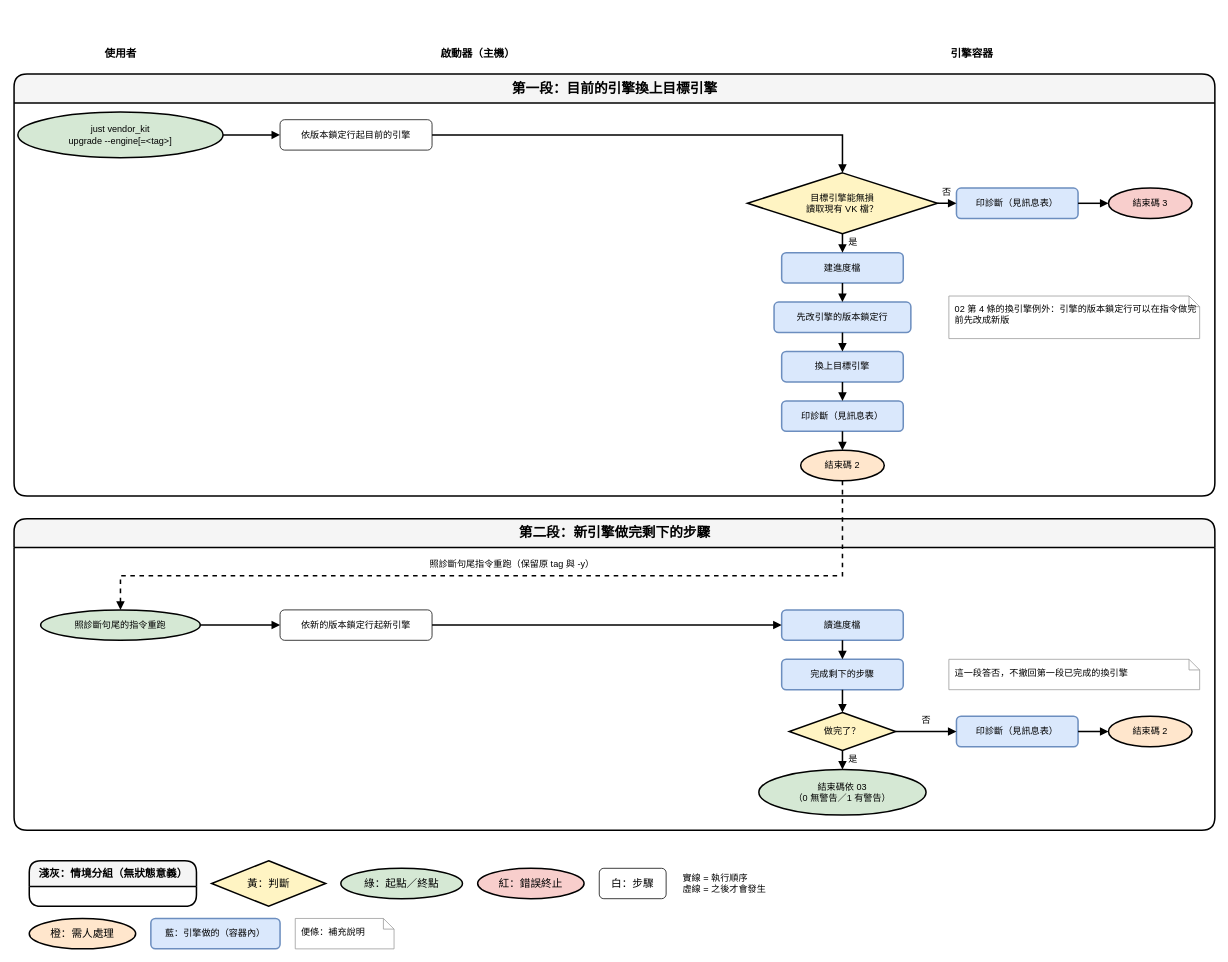
The draw.io diagram page "升引擎兩段式" (7 of 9) of doc/diagram/flow.drawio in ycpss91255-research/vendor_kit, before the edit. Source tidied: cells renumbered, new cells numbered last; positions are measured from the earlier drawing's top-left corner, leaving out a move shared by most shapes. Both pictures are drawn from the tidied source at 76%, with x=0, y=0 at pixel (14, 42).
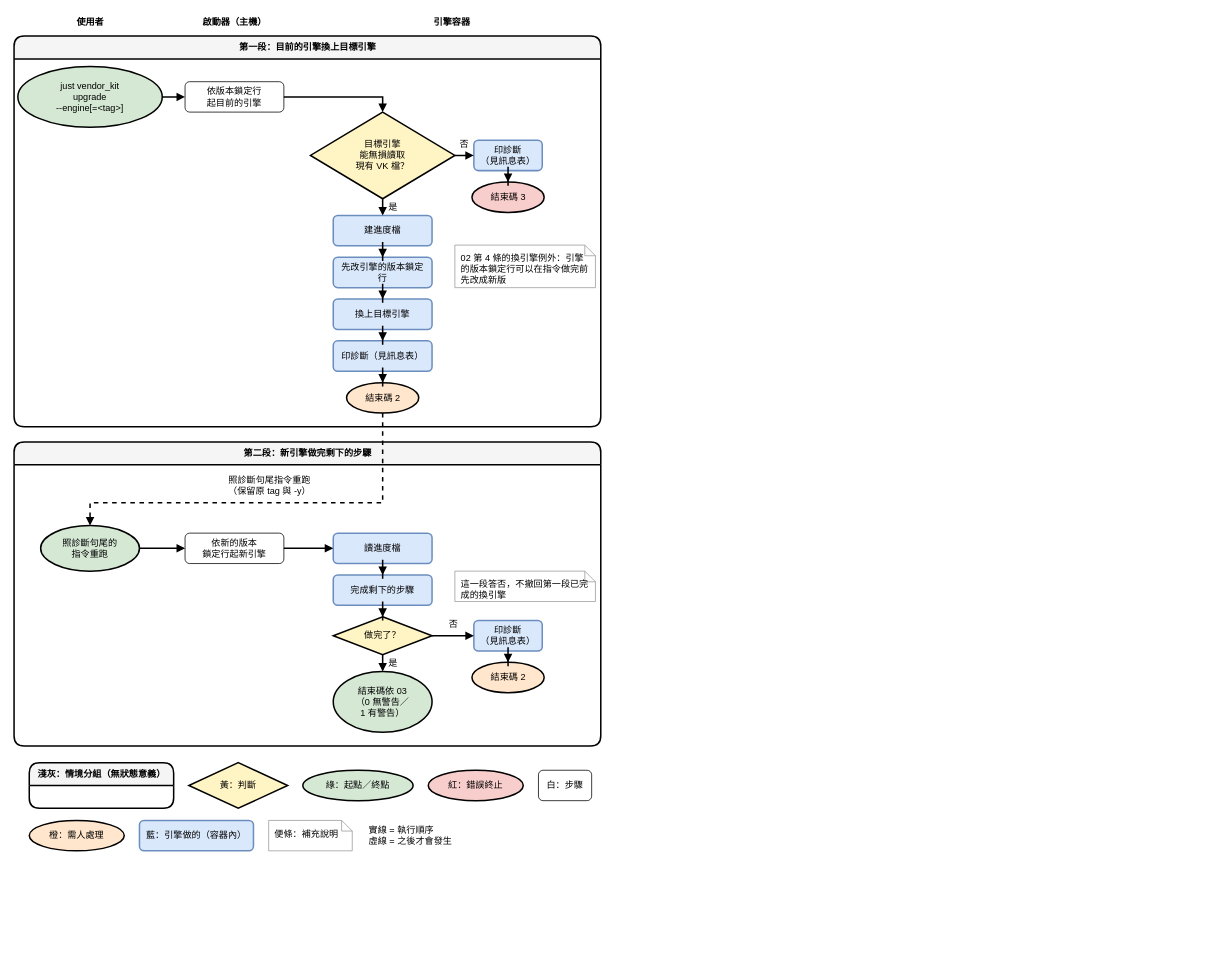
After the change.

What changed in the source:
```diff
@@
-    <mxCell id="2" value="使用者" style="text;html=1;fontSize=14;fontStyle=1;align=center;verticalAlign=middle;" parent="1" vertex="1">
-      <mxGeometry width="280" height="30" as="geometry" />
+    <mxCell id="2" value="使用者" style="text;html=1;fontSize=12;fontStyle=1;align=center;verticalAlign=middle;" parent="1" vertex="1">
+      <mxGeometry y="-38" width="200" height="24" as="geometry" />
     </mxCell>
-    <mxCell id="3" value="啟動器（主機）" style="text;html=1;fontSize=14;fontStyle=1;align=center;verticalAlign=middle;" parent="1" vertex="1">
-      <mxGeometry x="300" width="620" height="30" as="geometry" />
+    <mxCell id="3" value="啟動器（主機）" style="text;html=1;fontSize=12;fontStyle=1;align=center;verticalAlign=middle;" parent="1" vertex="1">
+      <mxGeometry x="200" y="-38" width="180" height="24" as="geometry" />
     </mxCell>
-    <mxCell id="4" value="引擎容器" style="text;html=1;fontSize=14;fontStyle=1;align=center;verticalAlign=middle;" parent="1" vertex="1">
-      <mxGeometry x="940" width="640" height="30" as="geometry" />
+    <mxCell id="4" value="引擎容器" style="text;html=1;fontSize=12;fontStyle=1;align=center;verticalAlign=middle;" parent="1" vertex="1">
+      <mxGeometry x="380" y="-38" width="392" height="24" as="geometry" />
     </mxCell>
-    <mxCell id="5" value="第一段：目前的引擎換上目標引擎" style="swimlane;html=1;rounded=1;startSize=38;fontStyle=1;fontSize=18;fillColor=#f5f5f5;swimlaneFillColor=#ffffff;strokeColor=#000000;strokeWidth=2;" parent="1" vertex="1">
-      <mxGeometry y="42" width="1580" height="555" as="geometry" />
+    <mxCell id="5" value="第一段：目前的引擎換上目標引擎" style="swimlane;html=1;rounded=1;startSize=30;fontStyle=1;fontSize=12;fillColor=#f5f5f5;swimlaneFillColor=#ffffff;strokeColor=#000000;strokeWidth=2;" parent="1" vertex="1">
+      <mxGeometry y="-8" width="772" height="514" as="geometry" />
     </mxCell>
-    <mxCell id="6" value="just vendor_kit&lt;br&gt;upgrade --engine[=&amp;lt;tag&amp;gt;]" style="ellipse;whiteSpace=wrap;html=1;fillColor=#d5e8d4;strokeColor=#000000;strokeWidth=2;fontSize=12;spacingLeft=39;spacingRight=39;spacingTop=9;spacingBottom=9;" parent="5" vertex="1">
-      <mxGeometry x="5" y="50" width="270" height="60" as="geometry" />
+    <mxCell id="6" value="just vendor_kit&lt;br&gt;upgrade&lt;br&gt;--engine[=&amp;lt;tag&amp;gt;]" style="ellipse;whiteSpace=wrap;html=1;fillColor=#d5e8d4;strokeColor=#000000;strokeWidth=2;fontSize=12;spacingLeft=28;spacingRight=28;spacingTop=12;spacingBottom=12;" parent="5" vertex="1">
+      <mxGeometry x="5" y="40" width="190" height="80" as="geometry" />
     </mxCell>
-    <mxCell id="7" value="依版本鎖定行起目前的引擎" style="rounded=1;whiteSpace=wrap;html=1;fillColor=#ffffff;strokeColor=light-dark(#000000,#9577A3);fontSize=12;strokeWidth=1;spacingLeft=6;spacingRight=6;" parent="5" vertex="1">
-      <mxGeometry x="350" y="60" width="200" height="40" as="geometry" />
+    <mxCell id="7" value="依版本鎖定行&lt;br&gt;起目前的引擎" style="rounded=1;whiteSpace=wrap;html=1;fillColor=#ffffff;strokeColor=light-dark(#000000,#9577A3);fontSize=12;strokeWidth=1;spacingLeft=6;spacingRight=6;" parent="5" vertex="1">
+      <mxGeometry x="225" y="60" width="130" height="40" as="geometry" />
     </mxCell>
-    <mxCell id="8" value="目標引擎能無損&lt;br&gt;讀取現有 VK 檔？" style="rhombus;whiteSpace=wrap;html=1;fillColor=#FFF4C3;strokeColor=#000000;strokeWidth=2;fontSize=12;spacingLeft=62;spacingRight=62;spacingTop=20;spacingBottom=20;" parent="5" vertex="1">
-      <mxGeometry x="965" y="130" width="250" height="80" as="geometry" />
+    <mxCell id="8" value="目標引擎&lt;br&gt;能無損讀取&lt;br&gt;現有 VK 檔？" style="rhombus;whiteSpace=wrap;html=1;fillColor=#FFF4C3;strokeColor=#000000;strokeWidth=2;fontSize=12;spacingLeft=48;spacingRight=48;spacingTop=28;spacingBottom=28;" parent="5" vertex="1">
+      <mxGeometry x="390" y="100" width="190" height="114" as="geometry" />
     </mxCell>
-    <mxCell id="9" value="印診斷（見訊息表）" style="rounded=1;whiteSpace=wrap;html=1;fillColor=#dae8fc;strokeColor=#6c8ebf;fontSize=12;strokeWidth=2;spacingLeft=6;spacingRight=6;" parent="5" vertex="1">
-      <mxGeometry x="1240" y="150" width="160" height="40" as="geometry" />
+    <mxCell id="9" value="印診斷&lt;br&gt;（見訊息表）" style="rounded=1;whiteSpace=wrap;html=1;fillColor=#dae8fc;strokeColor=#6c8ebf;fontSize=12;strokeWidth=2;spacingLeft=6;spacingRight=6;" parent="5" vertex="1">
+      <mxGeometry x="605" y="137" width="90" height="40" as="geometry" />
     </mxCell>
-    <mxCell id="10" value="結束碼 3" style="ellipse;whiteSpace=wrap;html=1;fillColor=#f8cecc;strokeColor=#000000;strokeWidth=2;fontSize=12;spacingLeft=16;spacingRight=16;spacingTop=6;spacingBottom=6;" parent="5" vertex="1">
-      <mxGeometry x="1440" y="150" width="110" height="40" as="geometry" />
+    <mxCell id="10" value="結束碼 3" style="ellipse;whiteSpace=wrap;html=1;fillColor=#f8cecc;strokeColor=#000000;strokeWidth=2;fontSize=12;spacingLeft=14;spacingRight=14;spacingTop=6;spacingBottom=6;" parent="5" vertex="1">
+      <mxGeometry x="602.5" y="192" width="95" height="40" as="geometry" />
     </mxCell>
     <mxCell id="11" value="建進度檔" style="rounded=1;whiteSpace=wrap;html=1;fillColor=#dae8fc;strokeColor=#6c8ebf;fontSize=12;strokeWidth=2;spacingLeft=6;spacingRight=6;" parent="5" vertex="1">
-      <mxGeometry x="1010" y="235" width="160" height="40" as="geometry" />
+      <mxGeometry x="420" y="236" width="130" height="40" as="geometry" />
     </mxCell>
     <mxCell id="12" value="先改引擎的版本鎖定行" style="rounded=1;whiteSpace=wrap;html=1;fillColor=#dae8fc;strokeColor=#6c8ebf;fontSize=12;strokeWidth=2;spacingLeft=6;spacingRight=6;" parent="5" vertex="1">
-      <mxGeometry x="1000" y="300" width="180" height="40" as="geometry" />
+      <mxGeometry x="420" y="291" width="130" height="40" as="geometry" />
     </mxCell>
-    <mxCell id="13" value="02 第 4 條的換引擎例外：引擎的版本鎖定行可以在指令做完前先改成新版" style="shape=note;whiteSpace=wrap;html=1;size=14;fillColor=#ffffff;strokeColor=#999999;align=left;verticalAlign=top;spacingLeft=6;spacingTop=4;fontSize=12;" parent="5" vertex="1">
-      <mxGeometry x="1230" y="292" width="330" height="56" as="geometry" />
+    <mxCell id="13" value="02 第 4 條的換引擎例外：引擎的版本鎖定行可以在指令做完前先改成新版" style="shape=note;whiteSpace=wrap;html=1;size=14;fillColor=#ffffff;strokeColor=#999999;align=left;verticalAlign=top;spacingLeft=6;spacingTop=4;fontSize=12;spacingRight=6;" parent="5" vertex="1">
+      <mxGeometry x="580" y="275" width="185" height="56" as="geometry" />
     </mxCell>
     <mxCell id="14" value="換上目標引擎" style="rounded=1;whiteSpace=wrap;html=1;fillColor=#dae8fc;strokeColor=#6c8ebf;fontSize=12;strokeWidth=2;spacingLeft=6;spacingRight=6;" parent="5" vertex="1">
-      <mxGeometry x="1010" y="365" width="160" height="40" as="geometry" />
+      <mxGeometry x="420" y="346" width="130" height="40" as="geometry" />
     </mxCell>
     <mxCell id="15" value="印診斷（見訊息表）" style="rounded=1;whiteSpace=wrap;html=1;fillColor=#dae8fc;strokeColor=#6c8ebf;fontSize=12;strokeWidth=2;spacingLeft=6;spacingRight=6;" parent="5" vertex="1">
-      <mxGeometry x="1010" y="430" width="160" height="40" as="geometry" />
+      <mxGeometry x="420" y="401" width="130" height="40" as="geometry" />
     </mxCell>
-    <mxCell id="16" value="結束碼 2" style="ellipse;whiteSpace=wrap;html=1;fillColor=#ffe6cc;strokeColor=#000000;strokeWidth=2;fontSize=12;spacingLeft=16;spacingRight=16;spacingTop=6;spacingBottom=6;" parent="5" vertex="1">
-      <mxGeometry x="1035" y="495" width="110" height="40" as="geometry" />
+    <mxCell id="16" value="結束碼 2" style="ellipse;whiteSpace=wrap;html=1;fillColor=#ffe6cc;strokeColor=#000000;strokeWidth=2;fontSize=12;spacingLeft=14;spacingRight=14;spacingTop=6;spacingBottom=6;" parent="5" vertex="1">
+      <mxGeometry x="437.5" y="456" width="95" height="40" as="geometry" />
     </mxCell>
-    <mxCell id="17" value="第二段：新引擎做完剩下的步驟" style="swimlane;html=1;rounded=1;startSize=38;fontStyle=1;fontSize=18;fillColor=#f5f5f5;swimlaneFillColor=#ffffff;strokeColor=#000000;strokeWidth=2;" parent="1" vertex="1">
-      <mxGeometry y="627" width="1580" height="410" as="geometry" />
+    <mxCell id="17" value="第二段：新引擎做完剩下的步驟" style="swimlane;html=1;rounded=1;startSize=30;fontStyle=1;fontSize=12;fillColor=#f5f5f5;swimlaneFillColor=#ffffff;strokeColor=#000000;strokeWidth=2;" parent="1" vertex="1">
+      <mxGeometry y="526" width="772" height="400" as="geometry" />
     </mxCell>
-    <mxCell id="18" value="照診斷句尾的指令重跑" style="ellipse;whiteSpace=wrap;html=1;fillColor=#d5e8d4;strokeColor=#000000;strokeWidth=2;fontSize=12;spacingLeft=31;spacingRight=31;spacingTop=6;spacingBottom=6;" parent="17" vertex="1">
-      <mxGeometry x="35" y="120" width="210" height="40" as="geometry" />
+    <mxCell id="18" value="照診斷句尾的&lt;br&gt;指令重跑" style="ellipse;whiteSpace=wrap;html=1;fillColor=#d5e8d4;strokeColor=#000000;strokeWidth=2;fontSize=12;spacingLeft=19;spacingRight=19;spacingTop=9;spacingBottom=9;" parent="17" vertex="1">
+      <mxGeometry x="35" y="110" width="130" height="60" as="geometry" />
     </mxCell>
-    <mxCell id="19" value="依新的版本鎖定行起新引擎" style="rounded=1;whiteSpace=wrap;html=1;fillColor=#ffffff;strokeColor=light-dark(#000000,#9577A3);fontSize=12;strokeWidth=1;spacingLeft=6;spacingRight=6;" parent="17" vertex="1">
-      <mxGeometry x="350" y="120" width="200" height="40" as="geometry" />
+    <mxCell id="19" value="依新的版本&lt;br&gt;鎖定行起新引擎" style="rounded=1;whiteSpace=wrap;html=1;fillColor=#ffffff;strokeColor=light-dark(#000000,#9577A3);fontSize=12;strokeWidth=1;spacingLeft=6;spacingRight=6;" parent="17" vertex="1">
+      <mxGeometry x="225" y="120" width="130" height="40" as="geometry" />
     </mxCell>
     <mxCell id="20" value="讀進度檔" style="rounded=1;whiteSpace=wrap;html=1;fillColor=#dae8fc;strokeColor=#6c8ebf;fontSize=12;strokeWidth=2;spacingLeft=6;spacingRight=6;" parent="17" vertex="1">
-      <mxGeometry x="1010" y="120" width="160" height="40" as="geometry" />
+      <mxGeometry x="420" y="120" width="130" height="40" as="geometry" />
     </mxCell>
     <mxCell id="21" value="完成剩下的步驟" style="rounded=1;whiteSpace=wrap;html=1;fillColor=#dae8fc;strokeColor=#6c8ebf;fontSize=12;strokeWidth=2;spacingLeft=6;spacingRight=6;" parent="17" vertex="1">
-      <mxGeometry x="1010" y="185" width="160" height="40" as="geometry" />
+      <mxGeometry x="420" y="175" width="130" height="40" as="geometry" />
     </mxCell>
-    <mxCell id="22" value="這一段答否，不撤回第一段已完成的換引擎" style="shape=note;whiteSpace=wrap;html=1;size=14;fillColor=#ffffff;strokeColor=#999999;align=left;verticalAlign=top;spacingLeft=6;spacingTop=4;fontSize=12;" parent="17" vertex="1">
-      <mxGeometry x="1230" y="185" width="330" height="40" as="geometry" />
+    <mxCell id="22" value="這一段答否，不撤回第一段已完成的換引擎" style="shape=note;whiteSpace=wrap;html=1;size=14;fillColor=#ffffff;strokeColor=#999999;align=left;verticalAlign=top;spacingLeft=6;spacingTop=4;fontSize=12;spacingRight=6;" parent="17" vertex="1">
+      <mxGeometry x="580" y="170" width="185" height="40" as="geometry" />
     </mxCell>
-    <mxCell id="23" value="做完了？" style="rhombus;whiteSpace=wrap;html=1;fillColor=#FFF4C3;strokeColor=#000000;strokeWidth=2;fontSize=12;spacingLeft=35;spacingRight=35;spacingTop=12;spacingBottom=12;" parent="17" vertex="1">
-      <mxGeometry x="1020" y="255" width="140" height="50" as="geometry" />
+    <mxCell id="23" value="做完了？" style="rhombus;whiteSpace=wrap;html=1;fillColor=#FFF4C3;strokeColor=#000000;strokeWidth=2;fontSize=12;spacingLeft=32;spacingRight=32;spacingTop=12;spacingBottom=12;" parent="17" vertex="1">
+      <mxGeometry x="420" y="230" width="130" height="50" as="geometry" />
     </mxCell>
-    <mxCell id="24" value="印診斷（見訊息表）" style="rounded=1;whiteSpace=wrap;html=1;fillColor=#dae8fc;strokeColor=#6c8ebf;fontSize=12;strokeWidth=2;spacingLeft=6;spacingRight=6;" parent="17" vertex="1">
-      <mxGeometry x="1240" y="260" width="160" height="40" as="geometry" />
+    <mxCell id="24" value="印診斷&lt;br&gt;（見訊息表）" style="rounded=1;whiteSpace=wrap;html=1;fillColor=#dae8fc;strokeColor=#6c8ebf;fontSize=12;strokeWidth=2;spacingLeft=6;spacingRight=6;" parent="17" vertex="1">
+      <mxGeometry x="605" y="235" width="90" height="40" as="geometry" />
     </mxCell>
-    <mxCell id="25" value="結束碼 2" style="ellipse;whiteSpace=wrap;html=1;fillColor=#ffe6cc;strokeColor=#000000;strokeWidth=2;fontSize=12;spacingLeft=16;spacingRight=16;spacingTop=6;spacingBottom=6;" parent="17" vertex="1">
-      <mxGeometry x="1440" y="260" width="110" height="40" as="geometry" />
+    <mxCell id="25" value="結束碼 2" style="ellipse;whiteSpace=wrap;html=1;fillColor=#ffe6cc;strokeColor=#000000;strokeWidth=2;fontSize=12;spacingLeft=14;spacingRight=14;spacingTop=6;spacingBottom=6;" parent="17" vertex="1">
+      <mxGeometry x="602.5" y="290" width="95" height="40" as="geometry" />
     </mxCell>
-    <mxCell id="26" value="結束碼依 03&lt;br&gt;（0 無警告／1 有警告）" style="ellipse;whiteSpace=wrap;html=1;fillColor=#d5e8d4;strokeColor=#000000;strokeWidth=2;fontSize=12;spacingLeft=32;spacingRight=32;spacingTop=9;spacingBottom=9;" parent="17" vertex="1">
-      <mxGeometry x="980" y="330" width="220" height="60" as="geometry" />
+    <mxCell id="26" value="結束碼依 03&lt;br&gt;（0 無警告／&lt;br&gt;1 有警告）" style="ellipse;whiteSpace=wrap;html=1;fillColor=#d5e8d4;strokeColor=#000000;strokeWidth=2;fontSize=12;spacingLeft=19;spacingRight=19;spacingTop=12;spacingBottom=12;" parent="17" vertex="1">
+      <mxGeometry x="420" y="302" width="130" height="80" as="geometry" />
     </mxCell>
@@
     <mxCell id="28" style="edgeStyle=orthogonalEdgeStyle;rounded=0;jettySize=auto;html=1;strokeColor=default;strokeWidth=2;align=center;verticalAlign=bottom;spacingBottom=6;fontFamily=Helvetica;fontSize=12;fontColor=default;labelBorderColor=none;labelBackgroundColor=none;endArrow=block;endFill=1;exitX=1;exitY=0.5;exitDx=0;exitDy=0;entryX=0.5;entryY=0;entryDx=0;entryDy=0;" parent="1" edge="1" source="7" target="8">
       <mxGeometry relative="1" as="geometry">
         <Array as="points">
-          <mxPoint x="1090" y="122" />
+          <mxPoint x="485" y="72" />
         </Array>
       </mxGeometry>
     </mxCell>
@@
-    <mxCell id="36" value="照診斷句尾指令重跑（保留原 tag 與 -y）" style="edgeStyle=orthogonalEdgeStyle;rounded=0;jettySize=auto;html=1;strokeColor=default;strokeWidth=2;align=center;verticalAlign=bottom;spacingBottom=6;fontFamily=Helvetica;fontSize=12;fontColor=default;labelBorderColor=none;labelBackgroundColor=none;endArrow=block;endFill=1;dashed=1;exitX=0.5;exitY=1;exitDx=0;exitDy=0;entryX=0.5;entryY=0;entryDx=0;entryDy=0;" parent="1" edge="1" source="16" target="18">
+    <mxCell id="36" value="照診斷句尾指令重跑&lt;br&gt;（保留原 tag 與 -y）" style="edgeStyle=orthogonalEdgeStyle;rounded=0;jettySize=auto;html=1;strokeColor=default;strokeWidth=2;align=center;verticalAlign=bottom;spacingBottom=6;fontFamily=Helvetica;fontSize=12;fontColor=default;labelBorderColor=none;labelBackgroundColor=none;endArrow=block;endFill=1;dashed=1;exitX=0.5;exitY=1;exitDx=0;exitDy=0;entryX=0.5;entryY=0;entryDx=0;entryDy=0;" parent="1" edge="1" source="16" target="18">
       <mxGeometry relative="1" as="geometry">
         <Array as="points">
-          <mxPoint x="1090" y="702" />
-          <mxPoint x="140" y="702" />
+          <mxPoint x="485" y="606" />
+          <mxPoint x="100" y="606" />
         </Array>
       </mxGeometry>
     </mxCell>
@@
-    <mxCell id="44" value="淺灰：情境分組（無狀態意義）" style="swimlane;html=1;rounded=1;startSize=34;fontStyle=1;fontSize=14;fillColor=#f5f5f5;swimlaneFillColor=#ffffff;strokeColor=#000000;strokeWidth=2;" parent="1" vertex="1">
-      <mxGeometry x="20" y="1077" width="220" height="60" as="geometry" />
+    <mxCell id="44" value="淺灰：情境分組（無狀態意義）" style="swimlane;html=1;rounded=1;startSize=30;fontStyle=1;fontSize=12;fillColor=#f5f5f5;swimlaneFillColor=#ffffff;strokeColor=#000000;strokeWidth=2;" parent="1" vertex="1">
+      <mxGeometry x="20" y="948" width="190" height="60" as="geometry" />
     </mxCell>
-    <mxCell id="45" value="黃：判斷" style="rhombus;whiteSpace=wrap;html=1;fillColor=#FFF4C3;strokeColor=#000000;strokeWidth=2;fontSize=14;spacingLeft=38;spacingRight=38;spacingTop=15;spacingBottom=15;" parent="1" vertex="1">
-      <mxGeometry x="260" y="1077" width="150" height="60" as="geometry" />
+    <mxCell id="45" value="黃：判斷" style="rhombus;whiteSpace=wrap;html=1;fillColor=#FFF4C3;strokeColor=#000000;strokeWidth=2;fontSize=12;spacingLeft=32;spacingRight=32;spacingTop=15;spacingBottom=15;" parent="1" vertex="1">
+      <mxGeometry x="230" y="948" width="130" height="60" as="geometry" />
     </mxCell>
-    <mxCell id="46" value="綠：起點／終點" style="ellipse;whiteSpace=wrap;html=1;fillColor=#d5e8d4;strokeColor=#000000;strokeWidth=2;fontSize=14;spacingLeft=23;spacingRight=23;spacingTop=6;spacingBottom=6;" parent="1" vertex="1">
-      <mxGeometry x="430" y="1087" width="160" height="40" as="geometry" />
+    <mxCell id="46" value="綠：起點／終點" style="ellipse;whiteSpace=wrap;html=1;fillColor=#d5e8d4;strokeColor=#000000;strokeWidth=2;fontSize=12;spacingLeft=21;spacingRight=21;spacingTop=6;spacingBottom=6;" parent="1" vertex="1">
+      <mxGeometry x="380" y="958" width="145" height="40" as="geometry" />
     </mxCell>
-    <mxCell id="47" value="紅：錯誤終止" style="ellipse;whiteSpace=wrap;html=1;fillColor=#f8cecc;strokeColor=#000000;strokeWidth=2;fontSize=14;spacingLeft=20;spacingRight=20;spacingTop=6;spacingBottom=6;" parent="1" vertex="1">
-      <mxGeometry x="610" y="1087" width="140" height="40" as="geometry" />
+    <mxCell id="47" value="紅：錯誤終止" style="ellipse;whiteSpace=wrap;html=1;fillColor=#f8cecc;strokeColor=#000000;strokeWidth=2;fontSize=12;spacingLeft=18;spacingRight=18;spacingTop=6;spacingBottom=6;" parent="1" vertex="1">
+      <mxGeometry x="545" y="958" width="125" height="40" as="geometry" />
     </mxCell>
-    <mxCell id="48" value="白：步驟" style="rounded=1;whiteSpace=wrap;html=1;fillColor=#ffffff;strokeColor=light-dark(#000000,#9577A3);fontSize=14;strokeWidth=1;" parent="1" vertex="1">
-      <mxGeometry x="770" y="1087" width="88" height="40" as="geometry" />
+    <mxCell id="48" value="白：步驟" style="rounded=1;whiteSpace=wrap;html=1;fillColor=#ffffff;strokeColor=light-dark(#000000,#9577A3);fontSize=12;strokeWidth=1;" parent="1" vertex="1">
+      <mxGeometry x="690" y="958" width="70" height="40" as="geometry" />
     </mxCell>
     <mxCell id="49" value="實線 = 執行順序&lt;br&gt;虛線 = 之後才會發生" style="text;html=1;whiteSpace=wrap;align=left;verticalAlign=middle;fontSize=12;strokeColor=none;fillColor=none;" parent="1" vertex="1">
-      <mxGeometry x="878" y="1077" width="300" height="60" as="geometry" />
+      <mxGeometry x="465" y="1014" width="170" height="60" as="geometry" />
     </mxCell>
-    <mxCell id="50" value="橙：需人處理" style="ellipse;whiteSpace=wrap;html=1;fillColor=#ffe6cc;strokeColor=#000000;strokeWidth=2;fontSize=14;spacingLeft=20;spacingRight=20;spacingTop=6;spacingBottom=6;" parent="1" vertex="1">
-      <mxGeometry x="20" y="1153" width="140" height="40" as="geometry" />
+    <mxCell id="50" value="橙：需人處理" style="ellipse;whiteSpace=wrap;html=1;fillColor=#ffe6cc;strokeColor=#000000;strokeWidth=2;fontSize=12;spacingLeft=18;spacingRight=18;spacingTop=6;spacingBottom=6;" parent="1" vertex="1">
+      <mxGeometry x="20" y="1024" width="125" height="40" as="geometry" />
     </mxCell>
     <mxCell id="51" value="藍：引擎做的（容器內）" style="rounded=1;whiteSpace=wrap;html=1;fillColor=#dae8fc;strokeColor=#6c8ebf;fontSize=12;strokeWidth=2;spacingLeft=6;spacingRight=6;" parent="1" vertex="1">
-      <mxGeometry x="180" y="1153" width="170" height="40" as="geometry" />
+      <mxGeometry x="165" y="1024" width="150" height="40" as="geometry" />
     </mxCell>
-    <mxCell id="52" value="便條：補充說明" style="shape=note;whiteSpace=wrap;html=1;size=14;fillColor=#ffffff;strokeColor=#999999;align=left;verticalAlign=top;spacingLeft=6;spacingTop=4;fontSize=12;" parent="1" vertex="1">
-      <mxGeometry x="370" y="1153" width="130" height="40" as="geometry" />
+    <mxCell id="52" value="便條：補充說明" style="shape=note;whiteSpace=wrap;html=1;size=14;fillColor=#ffffff;strokeColor=#999999;align=left;verticalAlign=top;spacingLeft=6;spacingTop=4;fontSize=12;spacingRight=6;" parent="1" vertex="1">
+      <mxGeometry x="335" y="1024" width="110" height="40" as="geometry" />
     </mxCell>
```
